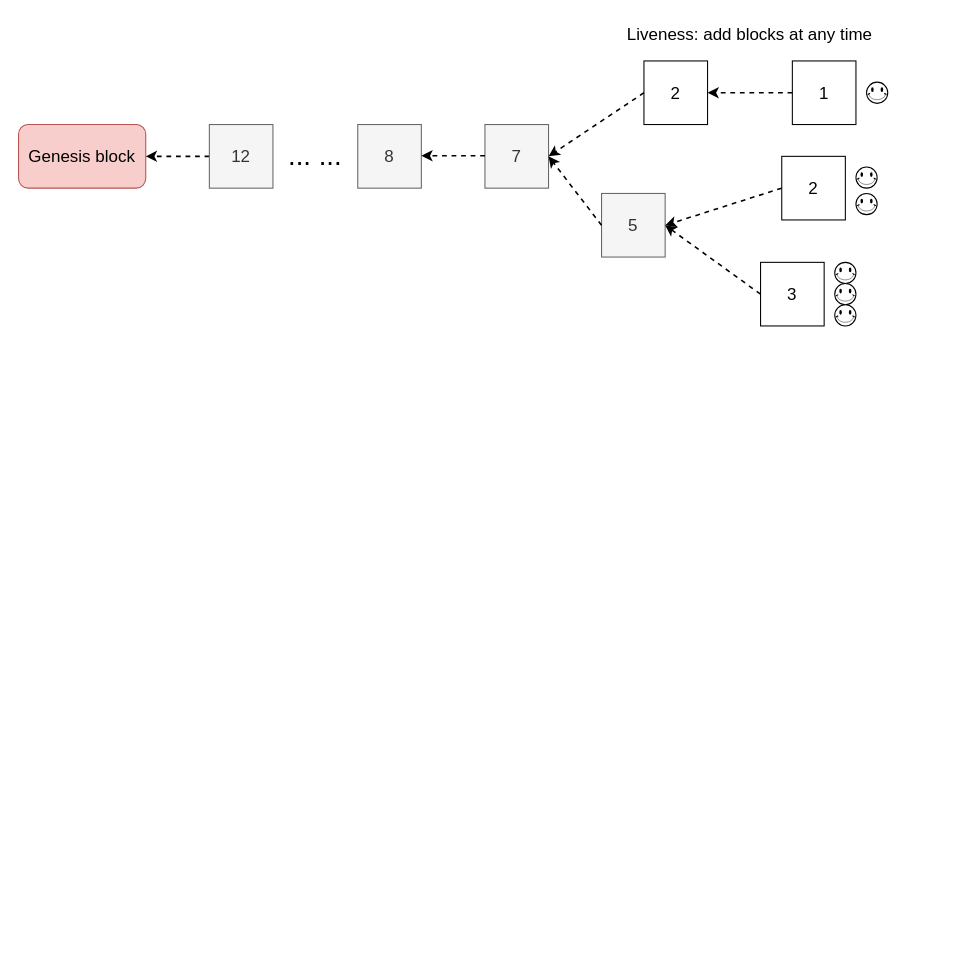
The draw.io diagram ethereum-research/consensus/(thread) Casper + Ghost.drawio in 0xyicheng/a-research-diagram, before the edit. Source tidied: cells renumbered, new cells numbered last; positions are measured from the earlier drawing's top-left corner, leaving out a move shared by most shapes. Both pictures are drawn from the tidied source at 106%, with x=0, y=0 at pixel (18, 18).
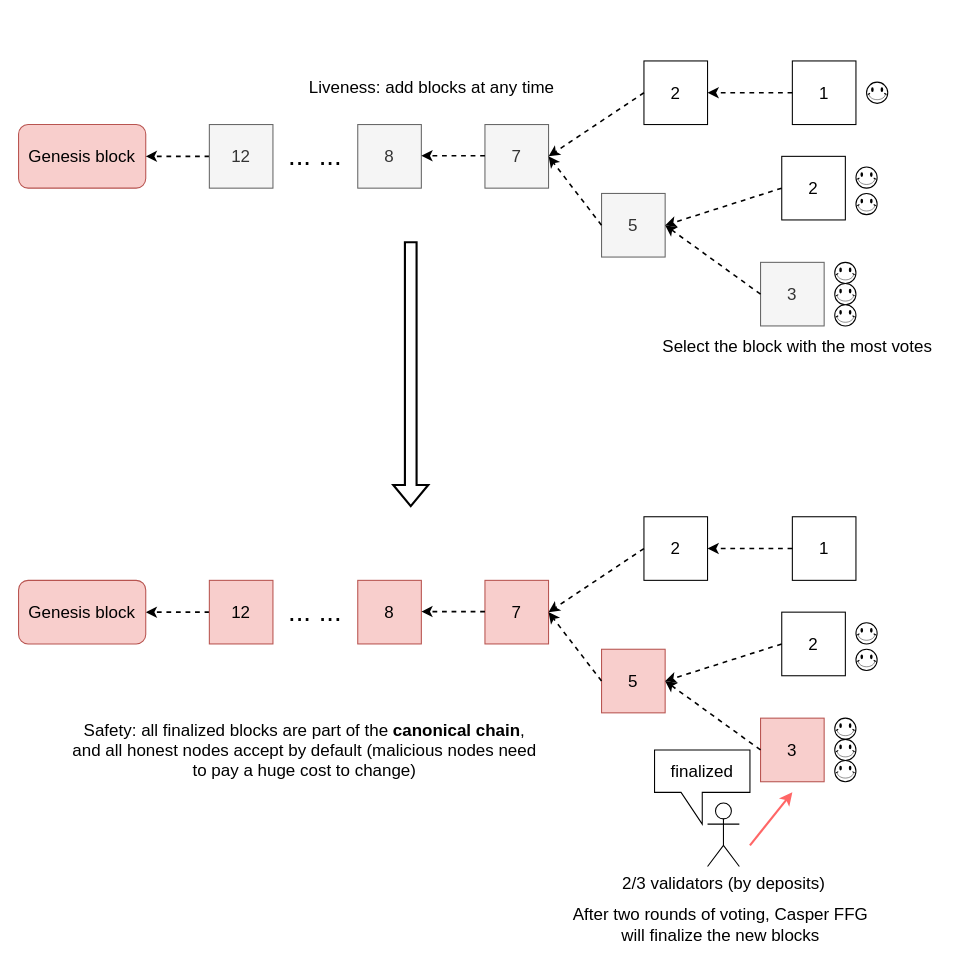
The same diagram, later.

What changed in the source:
```diff
@@
-    <mxCell id="11" value="3" style="whiteSpace=wrap;html=1;fontSize=16;" parent="1" vertex="1">
+    <mxCell id="11" value="3" style="whiteSpace=wrap;html=1;fontSize=16;fillColor=#f5f5f5;fontColor=#333333;strokeColor=#666666;" parent="1" vertex="1">
       <mxGeometry x="700" y="230" width="60" height="60" as="geometry" />
     </mxCell>
@@
     <mxCell id="19" value="&lt;font style=&quot;font-size: 16px;&quot;&gt;Liveness: add blocks at any time&lt;/font&gt;" style="text;html=1;strokeColor=none;fillColor=none;align=center;verticalAlign=middle;whiteSpace=wrap;rounded=0;" parent="1" vertex="1">
-      <mxGeometry x="570" width="240" height="30" as="geometry" />
+      <mxGeometry x="270" y="50" width="240" height="30" as="geometry" />
     </mxCell>
@@
+    <mxCell id="26" value="Select the block with the most votes" style="text;html=1;strokeColor=none;fillColor=none;align=center;verticalAlign=middle;whiteSpace=wrap;rounded=0;fontSize=16;" parent="1" vertex="1">
+      <mxGeometry x="600" y="280" width="270" height="57.5" as="geometry" />
+    </mxCell>
+    <mxCell id="27" value="Safety: all finalized blocks are part of the &lt;b&gt;canonical chain&lt;/b&gt;, and all honest nodes accept by default (malicious nodes need to pay a huge cost to change)" style="text;html=1;strokeColor=none;fillColor=none;align=center;verticalAlign=middle;whiteSpace=wrap;rounded=0;fontSize=16;" parent="1" vertex="1">
+      <mxGeometry x="50" y="637.5" width="440" height="105" as="geometry" />
+    </mxCell>
+    <mxCell id="28" style="edgeStyle=orthogonalEdgeStyle;rounded=0;jettySize=auto;html=1;strokeWidth=1.5;fontSize=16;dashed=1;" parent="1" edge="1" source="29">
+      <mxGeometry relative="1" as="geometry">
+        <mxPoint x="120" y="560" as="targetPoint" />
+      </mxGeometry>
+    </mxCell>
+    <mxCell id="29" value="12" style="whiteSpace=wrap;html=1;fontSize=16;fillColor=#f8cecc;strokeColor=#b85450;" parent="1" vertex="1">
+      <mxGeometry x="180" y="530" width="60" height="60" as="geometry" />
+    </mxCell>
+    <mxCell id="30" value="8" style="whiteSpace=wrap;html=1;fontSize=16;fillColor=#f8cecc;strokeColor=#b85450;" parent="1" vertex="1">
+      <mxGeometry x="320" y="530" width="60" height="60" as="geometry" />
+    </mxCell>
+    <mxCell id="31" value="7" style="whiteSpace=wrap;html=1;fontSize=16;fillColor=#f8cecc;strokeColor=#b85450;" parent="1" vertex="1">
+      <mxGeometry x="440" y="530" width="60" height="60" as="geometry" />
+    </mxCell>
+    <mxCell id="32" style="edgeStyle=orthogonalEdgeStyle;rounded=0;orthogonalLoop=1;jettySize=auto;html=1;strokeWidth=1.5;fontSize=16;dashed=1;" parent="1" edge="1">
+      <mxGeometry relative="1" as="geometry">
+        <mxPoint x="440" y="559.5" as="sourcePoint" />
+        <mxPoint x="380" y="559.5" as="targetPoint" />
+      </mxGeometry>
+    </mxCell>
+    <mxCell id="33" value="&lt;font style=&quot;font-size: 26px;&quot;&gt;... ...&lt;/font&gt;" style="text;html=1;strokeColor=none;fillColor=none;align=center;verticalAlign=middle;whiteSpace=wrap;rounded=0;fontSize=16;" parent="1" vertex="1">
+      <mxGeometry x="250" y="545" width="60" height="30" as="geometry" />
+    </mxCell>
+    <mxCell id="34" value="2" style="whiteSpace=wrap;html=1;fontSize=16;" parent="1" vertex="1">
+      <mxGeometry x="590" y="470" width="60" height="60" as="geometry" />
+    </mxCell>
+    <mxCell id="35" value="5" style="whiteSpace=wrap;html=1;fontSize=16;fillColor=#f8cecc;strokeColor=#b85450;" parent="1" vertex="1">
+      <mxGeometry x="550" y="595" width="60" height="60" as="geometry" />
+    </mxCell>
+    <mxCell id="36" value="3" style="whiteSpace=wrap;html=1;fontSize=16;fillColor=#f8cecc;strokeColor=#b85450;" parent="1" vertex="1">
+      <mxGeometry x="700" y="660" width="60" height="60" as="geometry" />
+    </mxCell>
+    <mxCell id="37" value="2" style="whiteSpace=wrap;html=1;fontSize=16;" parent="1" vertex="1">
+      <mxGeometry x="720" y="560" width="60" height="60" as="geometry" />
+    </mxCell>
+    <mxCell id="38" value="1" style="whiteSpace=wrap;html=1;fontSize=16;" parent="1" vertex="1">
+      <mxGeometry x="730" y="470" width="60" height="60" as="geometry" />
+    </mxCell>
+    <mxCell id="39" style="endArrow=classic;html=1;rounded=0;dashed=1;strokeWidth=1.5;fontSize=16;entryX=1;entryY=0.5;entryDx=0;entryDy=0;exitX=0;exitY=0.5;exitDx=0;exitDy=0;" parent="1" edge="1" source="34" target="31">
+      <mxGeometry relative="1" as="geometry" />
+    </mxCell>
+    <mxCell id="40" style="endArrow=classic;html=1;rounded=0;dashed=1;strokeWidth=1.5;fontSize=16;entryX=1;entryY=0.5;entryDx=0;entryDy=0;exitX=0;exitY=0.5;exitDx=0;exitDy=0;" parent="1" edge="1" source="35" target="31">
+      <mxGeometry relative="1" as="geometry" />
+    </mxCell>
+    <mxCell id="41" style="endArrow=classic;html=1;rounded=0;dashed=1;strokeWidth=1.5;fontSize=16;entryX=1;entryY=0.5;entryDx=0;entryDy=0;exitX=0;exitY=0.5;exitDx=0;exitDy=0;" parent="1" edge="1" source="38" target="34">
+      <mxGeometry relative="1" as="geometry" />
+    </mxCell>
+    <mxCell id="42" style="endArrow=classic;html=1;rounded=0;dashed=1;strokeWidth=1.5;fontSize=16;entryX=1;entryY=0.5;entryDx=0;entryDy=0;exitX=0;exitY=0.5;exitDx=0;exitDy=0;" parent="1" edge="1" source="37" target="35">
+      <mxGeometry relative="1" as="geometry" />
+    </mxCell>
+    <mxCell id="43" style="endArrow=classic;html=1;rounded=0;dashed=1;strokeWidth=1.5;fontSize=16;entryX=1;entryY=0.5;entryDx=0;entryDy=0;exitX=0;exitY=0.5;exitDx=0;exitDy=0;" parent="1" edge="1" source="36" target="35">
+      <mxGeometry relative="1" as="geometry" />
+    </mxCell>
+    <mxCell id="44" style="verticalLabelPosition=bottom;verticalAlign=top;html=1;shape=mxgraph.basic.smiley;" parent="1" vertex="1">
+      <mxGeometry x="790" y="570" width="20" height="20" as="geometry" />
+    </mxCell>
+    <mxCell id="45" style="verticalLabelPosition=bottom;verticalAlign=top;html=1;shape=mxgraph.basic.smiley;" parent="1" vertex="1">
+      <mxGeometry x="790" y="595" width="20" height="20" as="geometry" />
+    </mxCell>
+    <mxCell id="46" style="verticalLabelPosition=bottom;verticalAlign=top;html=1;shape=mxgraph.basic.smiley;" parent="1" vertex="1">
+      <mxGeometry x="770" y="660" width="20" height="20" as="geometry" />
+    </mxCell>
+    <mxCell id="47" style="verticalLabelPosition=bottom;verticalAlign=top;html=1;shape=mxgraph.basic.smiley;" parent="1" vertex="1">
+      <mxGeometry x="770" y="680" width="20" height="20" as="geometry" />
+    </mxCell>
+    <mxCell id="48" style="verticalLabelPosition=bottom;verticalAlign=top;html=1;shape=mxgraph.basic.smiley;" parent="1" vertex="1">
+      <mxGeometry x="770" y="700" width="20" height="20" as="geometry" />
+    </mxCell>
+    <mxCell id="49" value="&lt;font style=&quot;font-size: 16px;&quot;&gt;Genesis block&lt;/font&gt;" style="rounded=1;whiteSpace=wrap;html=1;fillColor=#f8cecc;strokeColor=#b85450;" parent="1" vertex="1">
+      <mxGeometry y="530" width="120" height="60" as="geometry" />
+    </mxCell>
+    <mxCell id="50" value="After two rounds of voting, Casper FFG will finalize the new blocks" style="text;html=1;strokeColor=none;fillColor=none;align=center;verticalAlign=middle;whiteSpace=wrap;rounded=0;fontSize=16;" parent="1" vertex="1">
+      <mxGeometry x="510" y="840" width="305" height="30" as="geometry" />
+    </mxCell>
+    <mxCell id="51" style="endArrow=classic;html=1;rounded=0;strokeColor=#FF6666;strokeWidth=2;fontSize=16;" parent="1" edge="1">
+      <mxGeometry relative="1" as="geometry">
+        <mxPoint x="690" y="780" as="sourcePoint" />
+        <mxPoint x="730" y="730" as="targetPoint" />
+      </mxGeometry>
+    </mxCell>
+    <mxCell id="52" value="2/3 validators (by deposits)" style="shape=umlActor;verticalLabelPosition=bottom;verticalAlign=top;html=1;fontSize=16;" parent="1" vertex="1">
+      <mxGeometry x="650" y="740" width="30" height="60" as="geometry" />
+    </mxCell>
+    <mxCell id="53" value="finalized" style="shape=callout;whiteSpace=wrap;html=1;perimeter=calloutPerimeter;fontSize=16;direction=east;flipH=1;" parent="1" vertex="1">
+      <mxGeometry x="600" y="690" width="90" height="70" as="geometry" />
+    </mxCell>
+    <mxCell id="54" style="shape=flexArrow;endArrow=classic;html=1;rounded=0;strokeColor=#000000;strokeWidth=2;fontSize=16;" parent="1" edge="1">
+      <mxGeometry relative="1" as="geometry">
+        <mxPoint x="370" y="210" as="sourcePoint" />
+        <mxPoint x="370" y="461" as="targetPoint" />
+      </mxGeometry>
+    </mxCell>
```
